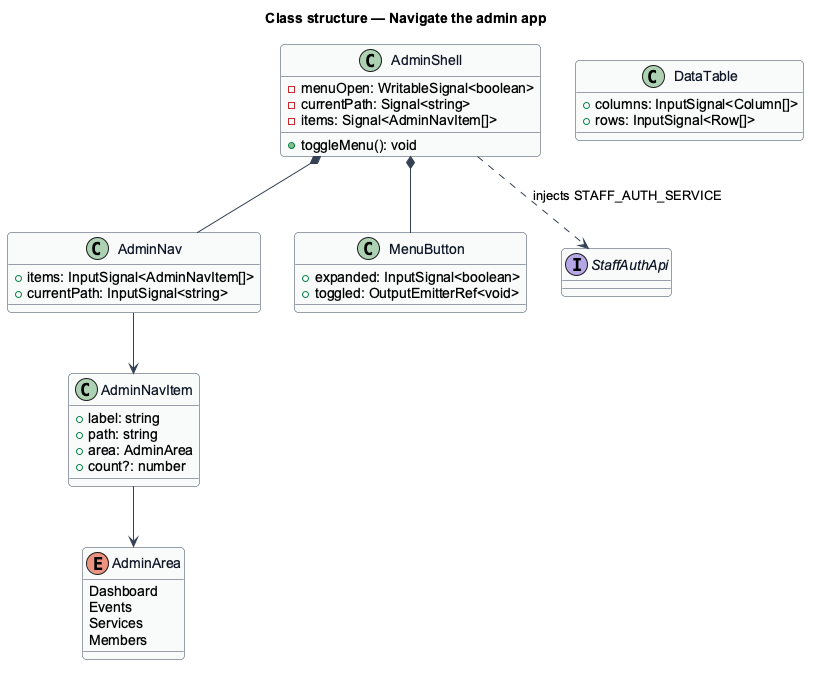
Before: docs/detailed-designs/admin-access/navigate-admin-app/diagrams/class.png, a diagram exported from PlantUML (QuinntyneBrown/christian-fitness). Source of this version:
```plantuml
@startuml
skinparam backgroundColor #FFFFFF
skinparam shadowing false
skinparam roundcorner 8
skinparam defaultFontName Arial
skinparam ArrowColor #344054
skinparam class {
  BorderColor #344054
  FontColor #101828
  BackgroundColor #F9FAFB
}
title Class structure — Navigate the admin app

class AdminShell {
  -menuOpen: WritableSignal<boolean>
  -currentPath: Signal<string>
  -items: Signal<AdminNavItem[]>
  +toggleMenu(): void
}
class AdminNav {
  +items: InputSignal<AdminNavItem[]>
  +currentPath: InputSignal<string>
}
class MenuButton {
  +expanded: InputSignal<boolean>
  +toggled: OutputEmitterRef<void>
}
class DataTable {
  +columns: InputSignal<Column[]>
  +rows: InputSignal<Row[]>
}
class AdminNavItem {
  +label: string
  +path: string
  +area: AdminArea
  +count?: number
}
enum AdminArea {
  Dashboard
  Events
  Services
  Members
}
interface StaffAuthApi
AdminShell *-- AdminNav
AdminShell *-- MenuButton
AdminShell ..> StaffAuthApi : injects STAFF_AUTH_SERVICE
AdminNav --> AdminNavItem
AdminNavItem --> AdminArea
@enduml
```
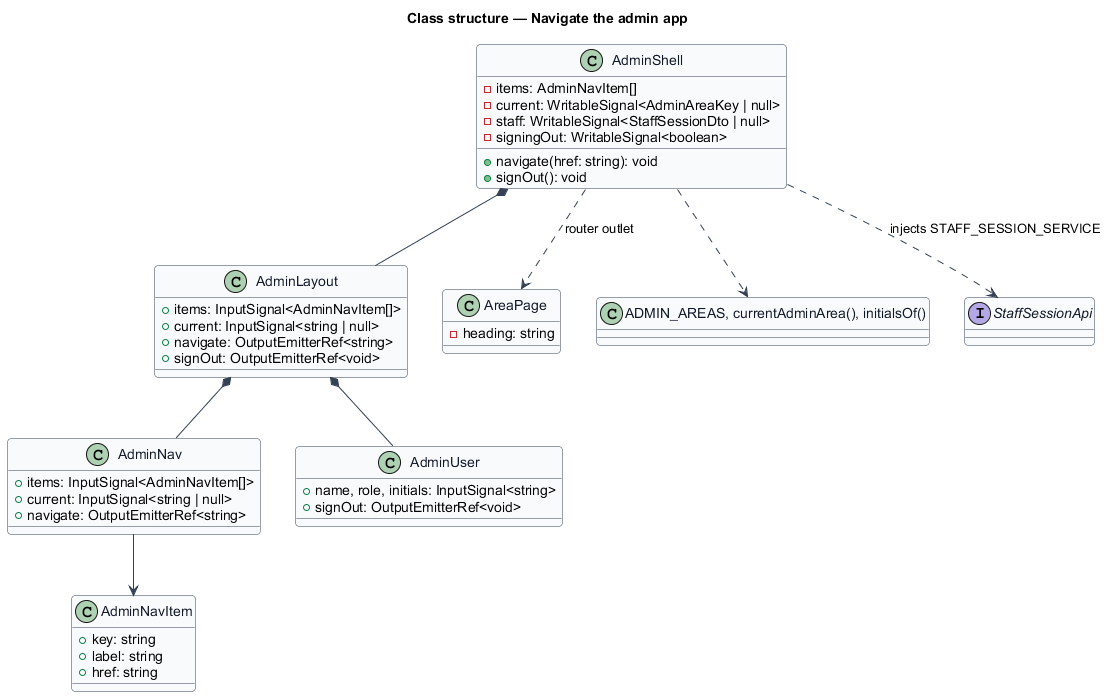
Later version of the same file.

The edit, as a diff of the source:
```diff
@@ -12,39 +12,43 @@
 title Class structure — Navigate the admin app
 
 class AdminShell {
-  -menuOpen: WritableSignal<boolean>
-  -currentPath: Signal<string>
-  -items: Signal<AdminNavItem[]>
-  +toggleMenu(): void
+  -items: AdminNavItem[]
+  -current: WritableSignal<AdminAreaKey | null>
+  -staff: WritableSignal<StaffSessionDto | null>
+  -signingOut: WritableSignal<boolean>
+  +navigate(href: string): void
+  +signOut(): void
+}
+class AdminLayout {
+  +items: InputSignal<AdminNavItem[]>
+  +current: InputSignal<string | null>
+  +navigate: OutputEmitterRef<string>
+  +signOut: OutputEmitterRef<void>
 }
 class AdminNav {
   +items: InputSignal<AdminNavItem[]>
-  +currentPath: InputSignal<string>
+  +current: InputSignal<string | null>
+  +navigate: OutputEmitterRef<string>
 }
-class MenuButton {
-  +expanded: InputSignal<boolean>
-  +toggled: OutputEmitterRef<void>
+class AdminUser {
+  +name, role, initials: InputSignal<string>
+  +signOut: OutputEmitterRef<void>
 }
-class DataTable {
-  +columns: InputSignal<Column[]>
-  +rows: InputSignal<Row[]>
+class AreaPage {
+  -heading: string
 }
 class AdminNavItem {
+  +key: string
   +label: string
-  +path: string
-  +area: AdminArea
-  +count?: number
+  +href: string
 }
-enum AdminArea {
-  Dashboard
-  Events
-  Services
-  Members
-}
-interface StaffAuthApi
-AdminShell *-- AdminNav
-AdminShell *-- MenuButton
-AdminShell ..> StaffAuthApi : injects STAFF_AUTH_SERVICE
+class "ADMIN_AREAS, currentAdminArea(), initialsOf()" as domain
+interface StaffSessionApi
+AdminShell *-- AdminLayout
+AdminLayout *-- AdminNav
+AdminLayout *-- AdminUser
+AdminShell ..> AreaPage : router outlet
+AdminShell ..> StaffSessionApi : injects STAFF_SESSION_SERVICE
+AdminShell ..> domain
 AdminNav --> AdminNavItem
-AdminNavItem --> AdminArea
 @enduml
```
